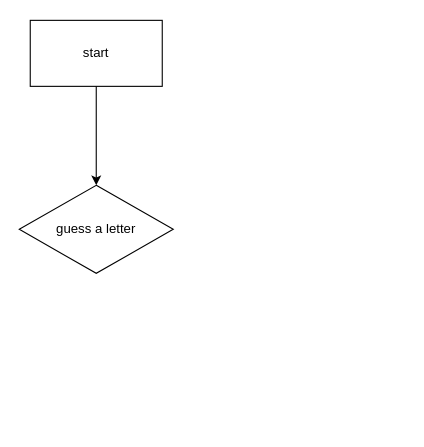
toracci/-diagrams keeps this draw.io diagram as hangman_chart.drawio. Above is the earlier version. Source tidied: cells renumbered, new cells numbered last; positions are measured from the earlier drawing's top-left corner, leaving out a move shared by most shapes. Both pictures are drawn from the tidied source at 110%, with x=0, y=0 at pixel (19, 20).
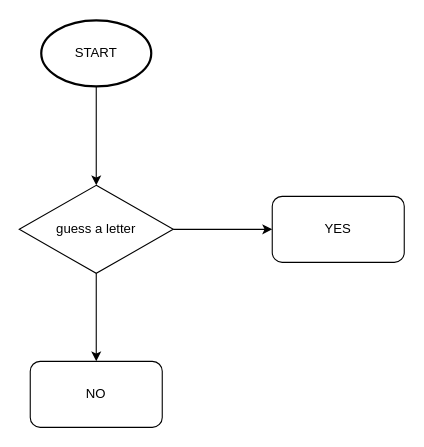
Above is the later version.

What changed in the source:
```diff
@@
 <mxGraphModel>
   <root>
     <mxCell id="0" />
     <mxCell id="1" parent="0" />
     <mxCell id="2" value="guess a letter" style="rhombus;whiteSpace=wrap;html=1;" parent="1" vertex="1">
       <mxGeometry y="150" width="140" height="80" as="geometry" />
     </mxCell>
-    <mxCell id="3" value="start" style="rounded=0;whiteSpace=wrap;html=1;" parent="1" vertex="1">
-      <mxGeometry x="10" width="120" height="60" as="geometry" />
-    </mxCell>
-    <mxCell id="4" style="endArrow=classic;html=1;rounded=0;exitX=0.5;exitY=1;exitDx=0;exitDy=0;entryX=0.5;entryY=0;entryDx=0;entryDy=0;" parent="1" edge="1" source="3" target="2">
-      <mxGeometry relative="1" as="geometry" />
+    <mxCell id="4" style="endArrow=classic;html=1;rounded=0;exitX=0.5;exitY=1;exitDx=0;exitDy=0;entryX=0.5;entryY=0;entryDx=0;entryDy=0;" parent="1" edge="1" target="2">
+      <mxGeometry relative="1" as="geometry">
+        <mxPoint x="70" y="60" as="sourcePoint" />
+      </mxGeometry>
     </mxCell>
+    <mxCell id="5" value="START" style="strokeWidth=2;html=1;shape=mxgraph.flowchart.start_1;whiteSpace=wrap;" parent="1" vertex="1">
+      <mxGeometry x="20" width="100" height="60" as="geometry" />
+    </mxCell>
+    <mxCell id="6" value="YES" style="rounded=1;whiteSpace=wrap;html=1;" parent="1" vertex="1">
+      <mxGeometry x="230" y="160" width="120" height="60" as="geometry" />
+    </mxCell>
+    <mxCell id="7" value="NO" style="rounded=1;whiteSpace=wrap;html=1;" parent="1" vertex="1">
+      <mxGeometry x="10" y="310" width="120" height="60" as="geometry" />
+    </mxCell>
+    <mxCell id="8" style="endArrow=classic;html=1;rounded=0;entryX=0;entryY=0.5;entryDx=0;entryDy=0;exitX=1;exitY=0.5;exitDx=0;exitDy=0;" parent="1" edge="1" source="2" target="6">
+      <mxGeometry relative="1" as="geometry" />
+    </mxCell>
+    <mxCell id="9" style="endArrow=classic;html=1;rounded=0;exitX=0.5;exitY=1;exitDx=0;exitDy=0;entryX=0.5;entryY=0;entryDx=0;entryDy=0;" parent="1" edge="1" source="2" target="7">
+      <mxGeometry relative="1" as="geometry" />
+    </mxCell>
   </root>
 </mxGraphModel>
```
